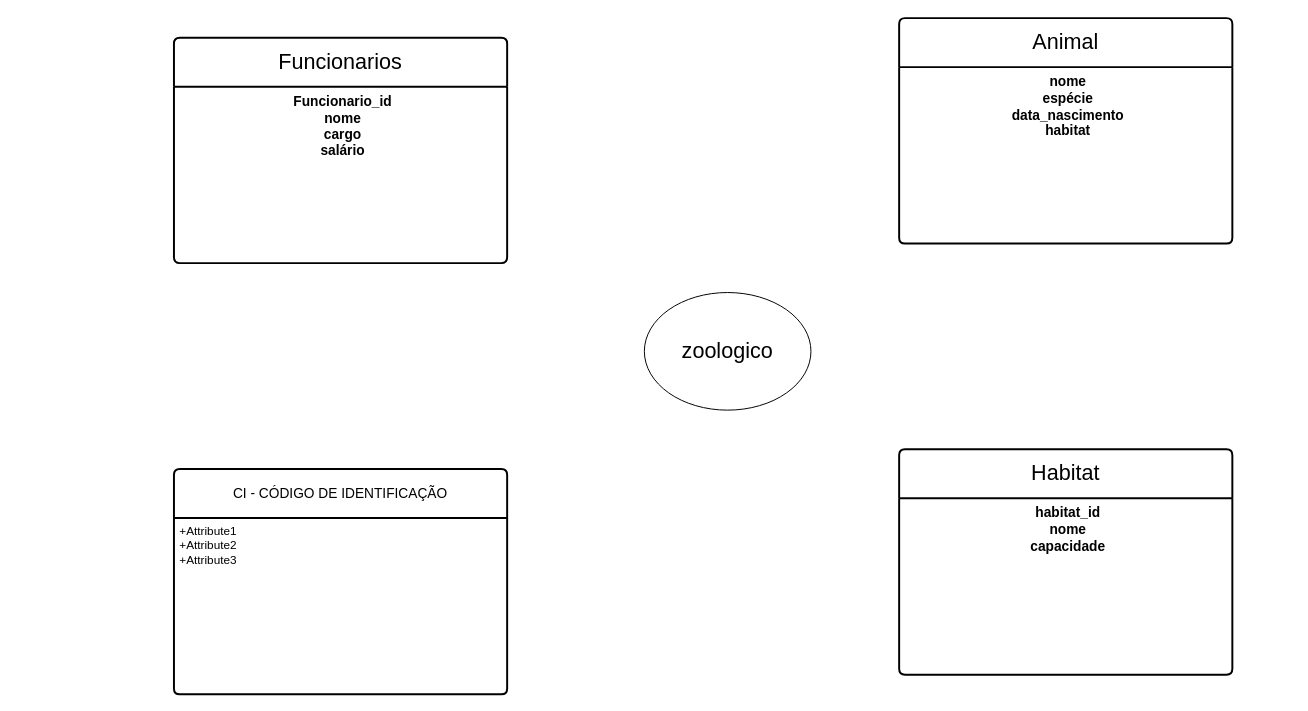
This is ENIAC-Portifolio.drawio from KaH3050/projeto-faculdade, a draw.io file, before an edit. Source tidied: cells renumbered, new cells numbered last; positions are measured from the earlier drawing's top-left corner, leaving out a move shared by most shapes. Both pictures are drawn from the tidied source at 98%, with x=0, y=0 at pixel (173, 18).
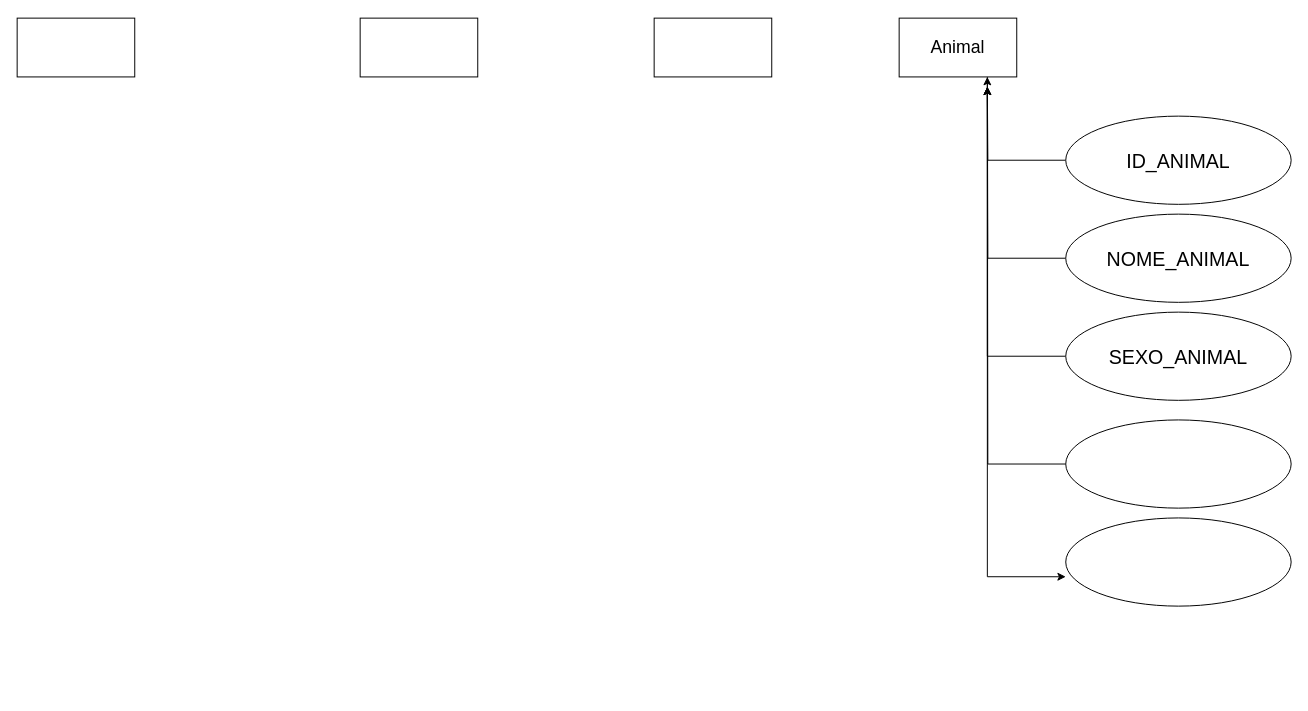
The same diagram, later.

Diff of the diagram source:
```diff
@@
 <mxGraphModel>
   <root>
     <mxCell id="0" />
     <mxCell id="1" parent="0" />
-    <mxCell id="2" value="CI - CÓDIGO DE IDENTIFICAÇÃO" style="swimlane;horizontal=1;startSize=50;rounded=1;fontSize=14;fontStyle=0;strokeWidth=2;shadow=0;dashed=0;align=center;arcSize=4;whiteSpace=wrap;html=1;" parent="1" vertex="1">
-      <mxGeometry y="460" width="340" height="230" as="geometry" />
-    </mxCell>
-    <mxCell id="3" value="+Attribute1&#10;+Attribute2&#10;+Attribute3" style="align=left;strokeColor=none;fillColor=none;spacingLeft=4;fontSize=12;verticalAlign=top;html=1;" parent="2" vertex="1">
-      <mxGeometry y="50" width="340" height="180" as="geometry" />
-    </mxCell>
-    <mxCell id="4" value="&lt;font style=&quot;font-size: 22px;&quot;&gt;Habitat&lt;/font&gt;" style="swimlane;horizontal=1;startSize=50;rounded=1;fontSize=14;fontStyle=0;strokeWidth=2;shadow=0;dashed=0;align=center;arcSize=4;whiteSpace=wrap;html=1;" parent="1" vertex="1">
-      <mxGeometry x="740" y="440" width="340" height="230" as="geometry" />
-    </mxCell>
-    <mxCell id="5" value="&lt;b style=&quot;font-size: 14px;&quot;&gt;habitat_id&lt;br&gt;nome&lt;br&gt;capacidade&lt;/b&gt;" style="align=center;strokeColor=none;fillColor=none;spacingLeft=4;fontSize=12;verticalAlign=top;html=1;" parent="4" vertex="1">
-      <mxGeometry y="50" width="340" height="180" as="geometry" />
-    </mxCell>
-    <mxCell id="6" value="&lt;font style=&quot;vertical-align: inherit; font-size: 22px;&quot;&gt;Funcionarios&lt;/font&gt;" style="swimlane;horizontal=1;startSize=50;rounded=1;fontSize=14;fontStyle=0;strokeWidth=2;shadow=0;dashed=0;align=center;arcSize=4;whiteSpace=wrap;html=1;" parent="1" vertex="1">
-      <mxGeometry y="20" width="340" height="230" as="geometry" />
-    </mxCell>
-    <mxCell id="7" value="&lt;b style=&quot;font-size: 14px;&quot;&gt;&lt;font style=&quot;vertical-align: inherit; font-size: 14px;&quot;&gt;&lt;font style=&quot;vertical-align: inherit; font-size: 14px;&quot;&gt;&lt;font style=&quot;vertical-align: inherit; font-size: 14px;&quot;&gt;&lt;font style=&quot;vertical-align: inherit; font-size: 14px;&quot;&gt;&lt;font style=&quot;vertical-align: inherit; font-size: 14px;&quot;&gt;&lt;font style=&quot;vertical-align: inherit; font-size: 14px;&quot;&gt;Funcionario_id &lt;/font&gt;&lt;/font&gt;&lt;/font&gt;&lt;/font&gt;&lt;br&gt;&lt;/font&gt;&lt;/font&gt;&lt;font style=&quot;vertical-align: inherit; font-size: 14px;&quot;&gt;&lt;font style=&quot;vertical-align: inherit; font-size: 14px;&quot;&gt;&lt;font style=&quot;vertical-align: inherit; font-size: 14px;&quot;&gt;&lt;font style=&quot;vertical-align: inherit; font-size: 14px;&quot;&gt;&lt;font style=&quot;vertical-align: inherit; font-size: 14px;&quot;&gt;&lt;font style=&quot;vertical-align: inherit; font-size: 14px;&quot;&gt;nome &lt;/font&gt;&lt;/font&gt;&lt;/font&gt;&lt;/font&gt;&lt;br&gt;&lt;/font&gt;&lt;/font&gt;&lt;font style=&quot;vertical-align: inherit; font-size: 14px;&quot;&gt;&lt;font style=&quot;vertical-align: inherit; font-size: 14px;&quot;&gt;&lt;font style=&quot;vertical-align: inherit; font-size: 14px;&quot;&gt;&lt;font style=&quot;vertical-align: inherit; font-size: 14px;&quot;&gt;&lt;font style=&quot;vertical-align: inherit; font-size: 14px;&quot;&gt;&lt;font style=&quot;vertical-align: inherit; font-size: 14px;&quot;&gt;cargo &lt;/font&gt;&lt;/font&gt;&lt;/font&gt;&lt;/font&gt;&lt;br&gt;&lt;div style=&quot;&quot;&gt;&lt;span style=&quot;background-color: initial; color: rgb(0, 0, 0); --darkreader-inline-bgcolor: initial; --darkreader-inline-color: #181a1b;&quot;&gt;&lt;font style=&quot;vertical-align: inherit; font-size: 14px;&quot;&gt;&lt;font style=&quot;vertical-align: inherit; font-size: 14px;&quot;&gt;salário&lt;/font&gt;&lt;/font&gt;&lt;/span&gt;&lt;/div&gt;&lt;/font&gt;&lt;/font&gt;&lt;/b&gt;" style="align=center;strokeColor=none;fillColor=none;spacingLeft=4;fontSize=12;verticalAlign=top;html=1;" parent="6" vertex="1">
-      <mxGeometry y="50" width="340" height="180" as="geometry" />
-    </mxCell>
+    <mxCell id="11" style="whiteSpace=wrap;html=1;" parent="1" vertex="1">
+      <mxGeometry x="-160" width="120" height="60" as="geometry" />
+    </mxCell>
+    <mxCell id="12" style="whiteSpace=wrap;html=1;" parent="1" vertex="1">
+      <mxGeometry x="190" width="120" height="60" as="geometry" />
+    </mxCell>
+    <mxCell id="13" style="whiteSpace=wrap;html=1;" parent="1" vertex="1">
+      <mxGeometry x="490" width="120" height="60" as="geometry" />
+    </mxCell>
-    <mxCell id="8" value="&lt;font style=&quot;font-size: 22px;&quot;&gt;Animal&lt;/font&gt;&lt;br&gt;" style="swimlane;horizontal=1;startSize=50;rounded=1;fontSize=14;fontStyle=0;strokeWidth=2;shadow=0;dashed=0;align=center;arcSize=4;whiteSpace=wrap;html=1;" parent="1" vertex="1">
-      <mxGeometry x="740" width="340" height="230" as="geometry" />
+    <mxCell id="8" value="&lt;span style=&quot;font-size: 18px;&quot;&gt;Animal&lt;/span&gt;" style="whiteSpace=wrap;html=1;" parent="1" vertex="1">
+      <mxGeometry x="740" width="120" height="60" as="geometry" />
     </mxCell>
-    <mxCell id="9" value="&lt;font style=&quot;vertical-align: inherit; font-size: 14px;&quot;&gt;&lt;b&gt;nome&lt;br&gt;espécie&lt;br&gt;data_nascimento&lt;br&gt;habitat&lt;br&gt;&lt;/b&gt;&lt;br&gt;&lt;/font&gt;" style="align=center;strokeColor=none;fillColor=none;spacingLeft=4;fontSize=12;verticalAlign=top;html=1;" parent="8" vertex="1">
-      <mxGeometry y="50" width="340" height="180" as="geometry" />
-    </mxCell>
-    <mxCell id="10" value="&lt;font style=&quot;font-size: 22px;&quot;&gt;zoologico&lt;/font&gt;" style="ellipse;whiteSpace=wrap;html=1;" parent="1" vertex="1">
-      <mxGeometry x="480" y="280" width="170" height="120" as="geometry" />
-    </mxCell>
+    <mxCell id="14" style="edgeStyle=orthogonalEdgeStyle;rounded=0;jettySize=auto;html=1;exitX=0;exitY=0.5;exitDx=0;exitDy=0;" parent="1" edge="1" source="15">
+      <mxGeometry relative="1" as="geometry">
+        <mxPoint x="830" y="70" as="targetPoint" />
+      </mxGeometry>
+    </mxCell>
+    <mxCell id="15" value="&lt;font style=&quot;font-size: 20px;&quot;&gt;ID_ANIMAL&lt;/font&gt;" style="ellipse;whiteSpace=wrap;html=1;" parent="1" vertex="1">
+      <mxGeometry x="910" y="100" width="230" height="90" as="geometry" />
+    </mxCell>
+    <mxCell id="16" style="edgeStyle=orthogonalEdgeStyle;rounded=0;jettySize=auto;html=1;exitX=0;exitY=0.5;exitDx=0;exitDy=0;" parent="1" edge="1" source="17">
+      <mxGeometry relative="1" as="geometry">
+        <mxPoint x="830" y="70" as="targetPoint" />
+      </mxGeometry>
+    </mxCell>
+    <mxCell id="17" value="&lt;font style=&quot;font-size: 20px;&quot;&gt;NOME_ANIMAL&lt;/font&gt;" style="ellipse;whiteSpace=wrap;html=1;" parent="1" vertex="1">
+      <mxGeometry x="910" y="200" width="230" height="90" as="geometry" />
+    </mxCell>
+    <mxCell id="18" style="edgeStyle=orthogonalEdgeStyle;rounded=0;jettySize=auto;html=1;exitX=0;exitY=0.5;exitDx=0;exitDy=0;entryX=0.75;entryY=1;entryDx=0;entryDy=0;" parent="1" edge="1" source="19" target="8">
+      <mxGeometry relative="1" as="geometry" />
+    </mxCell>
+    <mxCell id="19" value="&lt;font style=&quot;font-size: 20px;&quot;&gt;SEXO_ANIMAL&lt;/font&gt;" style="ellipse;whiteSpace=wrap;html=1;" parent="1" vertex="1">
+      <mxGeometry x="910" y="300" width="230" height="90" as="geometry" />
+    </mxCell>
+    <mxCell id="20" style="edgeStyle=orthogonalEdgeStyle;rounded=0;jettySize=auto;html=1;exitX=0;exitY=0.5;exitDx=0;exitDy=0;" parent="1" edge="1" source="21">
+      <mxGeometry relative="1" as="geometry">
+        <mxPoint x="830" y="70" as="targetPoint" />
+      </mxGeometry>
+    </mxCell>
+    <mxCell id="21" style="ellipse;whiteSpace=wrap;html=1;" parent="1" vertex="1">
+      <mxGeometry x="910" y="410" width="230" height="90" as="geometry" />
+    </mxCell>
+    <mxCell id="22" style="ellipse;whiteSpace=wrap;html=1;" parent="1" vertex="1">
+      <mxGeometry x="910" y="510" width="230" height="90" as="geometry" />
+    </mxCell>
+    <mxCell id="23" style="edgeStyle=orthogonalEdgeStyle;rounded=0;jettySize=auto;html=1;exitX=0.75;exitY=1;exitDx=0;exitDy=0;entryX=0;entryY=0.667;entryDx=0;entryDy=0;entryPerimeter=0;" parent="1" edge="1" source="8" target="22">
+      <mxGeometry relative="1" as="geometry" />
+    </mxCell>
   </root>
 </mxGraphModel>
```
